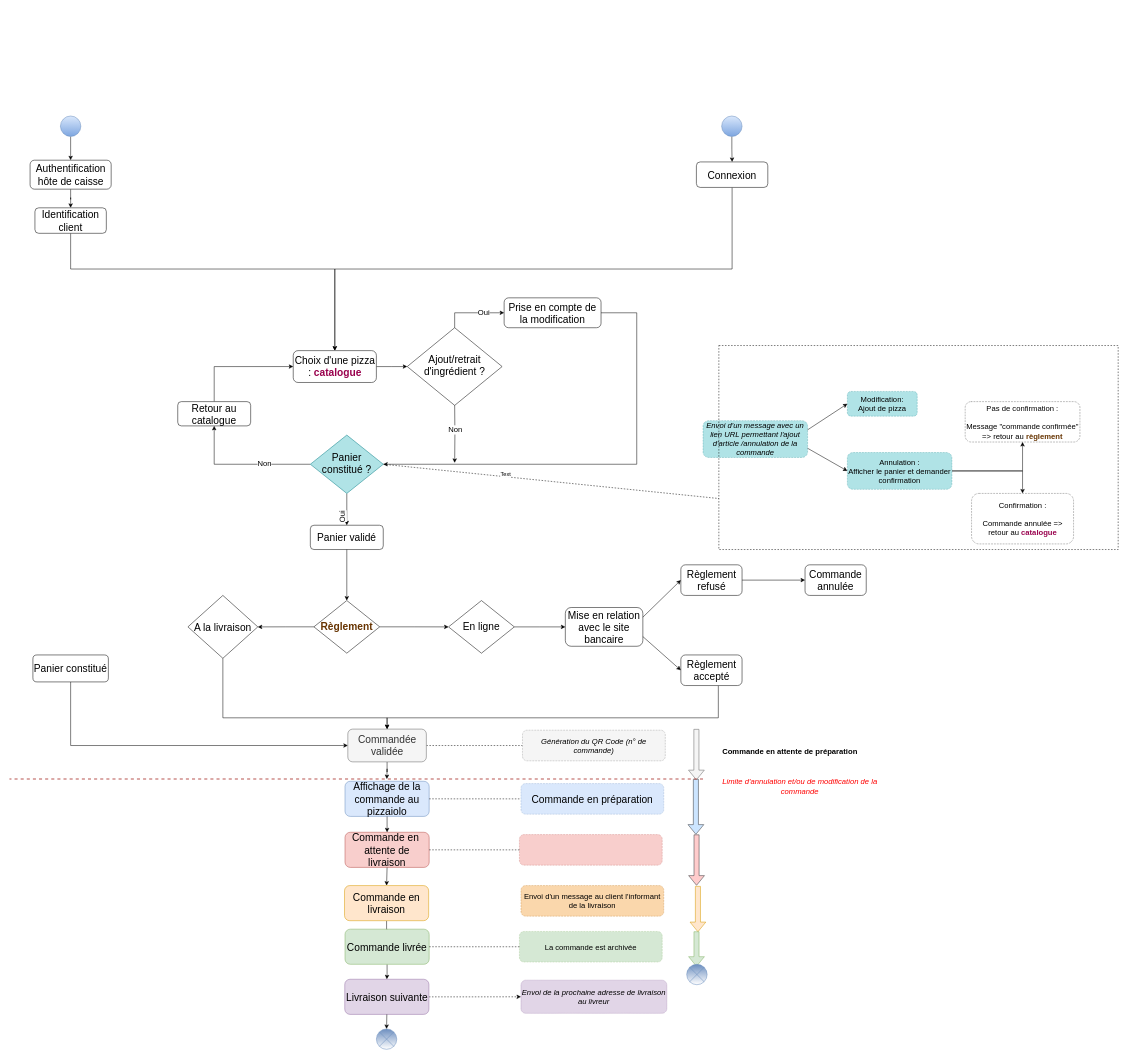
Before: Copy of Copy of Untitled Diagram.drawio in OMorlotti/P4-analyser-les-besoin-de-mon-client-pour-son-groupe-de-pizzerias, a draw.io diagram. Source tidied: cells renumbered, new cells numbered last; positions are measured from the earlier drawing's top-left corner, leaving out a move shared by most shapes. Both pictures are drawn from the tidied source at 51%, with x=0, y=0 at pixel (9, 9).
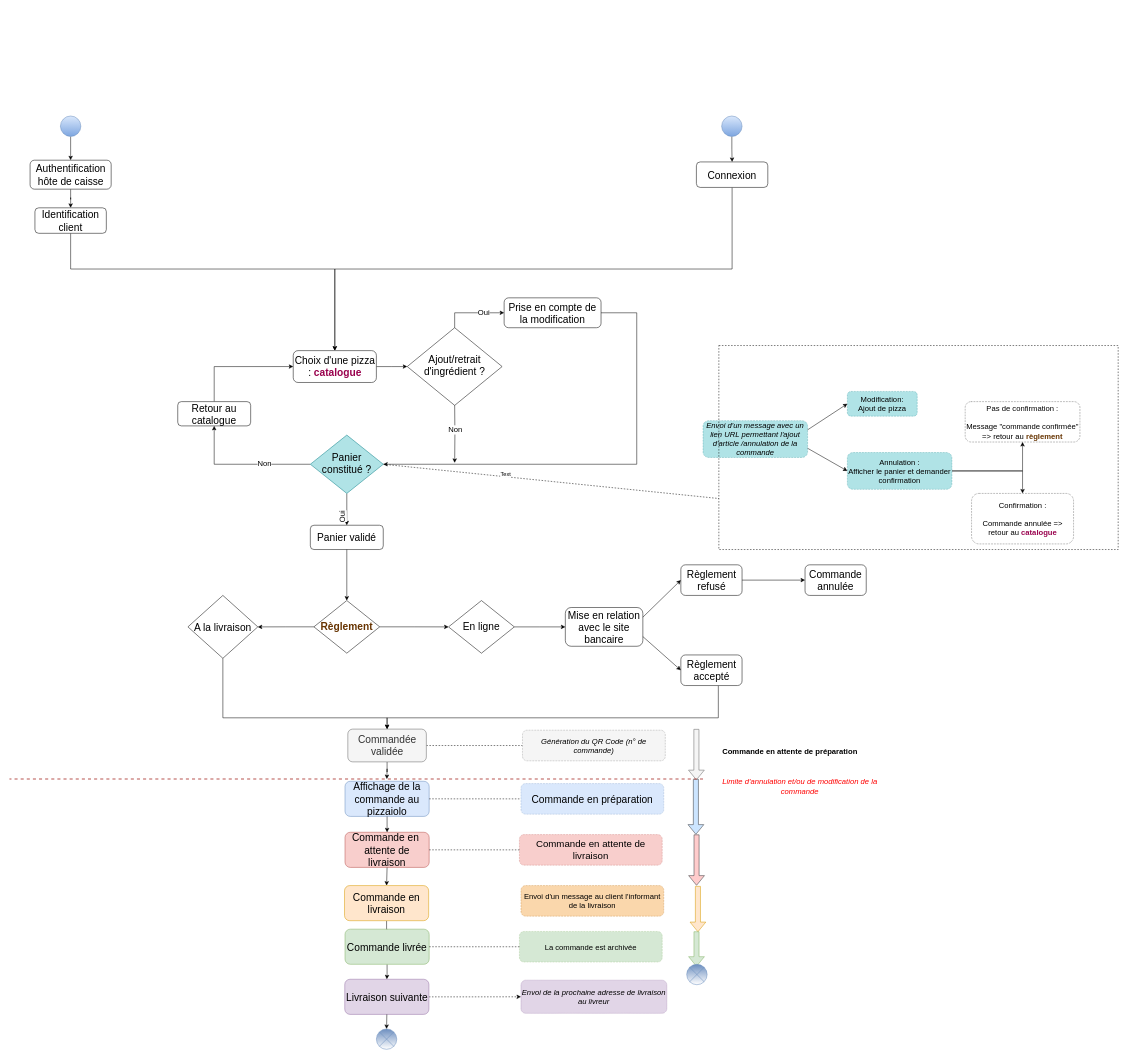
The same page after the edit.

Unchanged cells that the change refers to:
```xml
<mxCell id="21" value="&lt;font style=&quot;font-size: 20px&quot;&gt;Commandée validée&lt;/font&gt;" style="rounded=1;whiteSpace=wrap;html=1;direction=north;fillColor=#f5f5f5;strokeColor=#666666;fontColor=#333333;" parent="1" vertex="1">
  <mxGeometry x="663.5" y="1412.1" width="154" height="64.3" as="geometry" />
</mxCell>
```

What changed in the source:
```diff
@@
-    <mxCell id="56" style="edgeStyle=orthogonalEdgeStyle;rounded=0;jettySize=auto;html=1;entryX=0.5;entryY=0;entryDx=0;entryDy=0;" parent="1" edge="1" source="57" target="21">
-      <mxGeometry relative="1" as="geometry">
-        <Array as="points">
-          <mxPoint x="120" y="1444" />
-        </Array>
-      </mxGeometry>
-    </mxCell>
-    <mxCell id="57" value="&lt;span style=&quot;font-size: 20px&quot;&gt;Panier constitué&lt;/span&gt;" style="rounded=1;whiteSpace=wrap;html=1;fontSize=12;glass=0;strokeWidth=1;shadow=0;" parent="1" vertex="1">
-      <mxGeometry x="46" y="1266.7" width="148" height="52.9" as="geometry" />
-    </mxCell>
@@
-    <mxCell id="62" style="rounded=1;whiteSpace=wrap;html=1;direction=north;fillColor=#f8cecc;strokeColor=#b85450;dashed=1;dashPattern=1 2;" parent="1" vertex="1">
+    <mxCell id="62" value="&lt;font style=&quot;font-size: 19px&quot;&gt;Commande en attente de livraison&lt;/font&gt;" style="rounded=1;whiteSpace=wrap;html=1;direction=north;fillColor=#f8cecc;strokeColor=#b85450;dashed=1;dashPattern=1 2;" parent="1" vertex="1">
       <mxGeometry x="1000" y="1618.9" width="280" height="60" as="geometry" />
     </mxCell>
```
